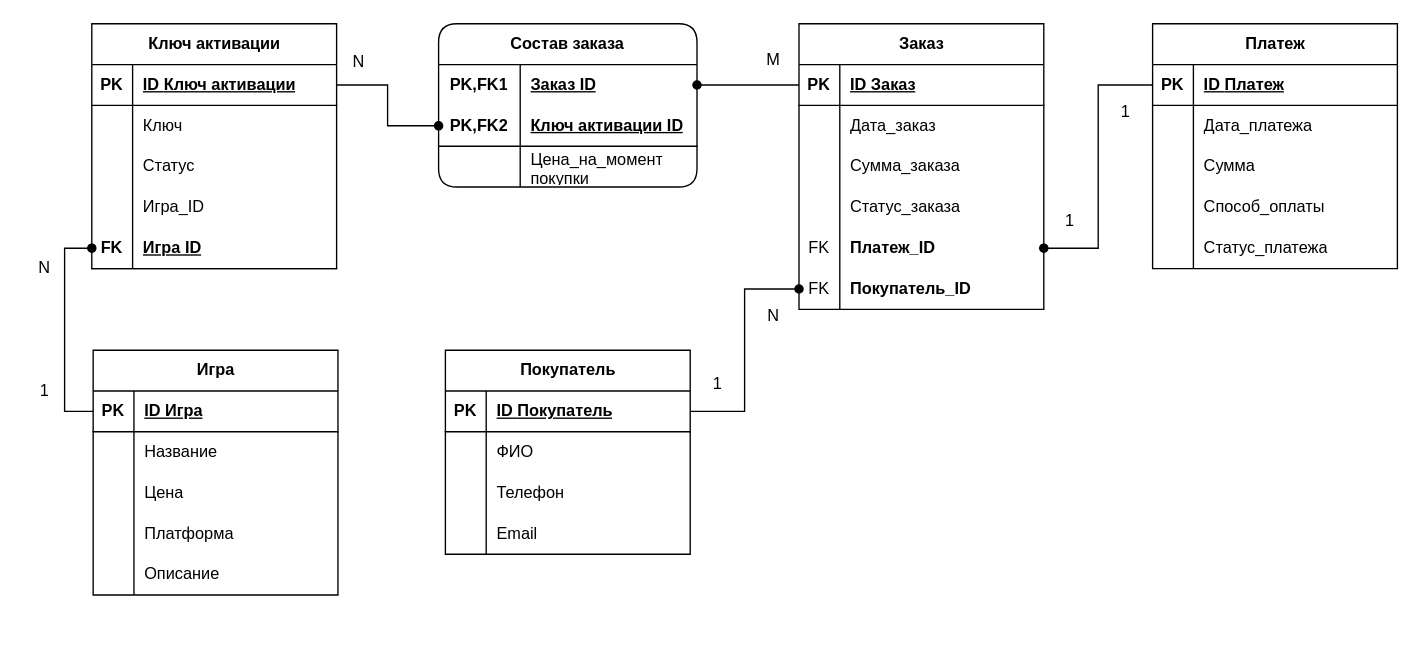
This is Диграммы/Логичксая модель (Готово).drawio from Demedra21/Project, a draw.io file, before an edit. Source tidied: cells renumbered, new cells numbered last; positions are measured from the earlier drawing's top-left corner, leaving out a move shared by most shapes. Both pictures are drawn from the tidied source at 136%, with x=0, y=0 at pixel (23, 23).
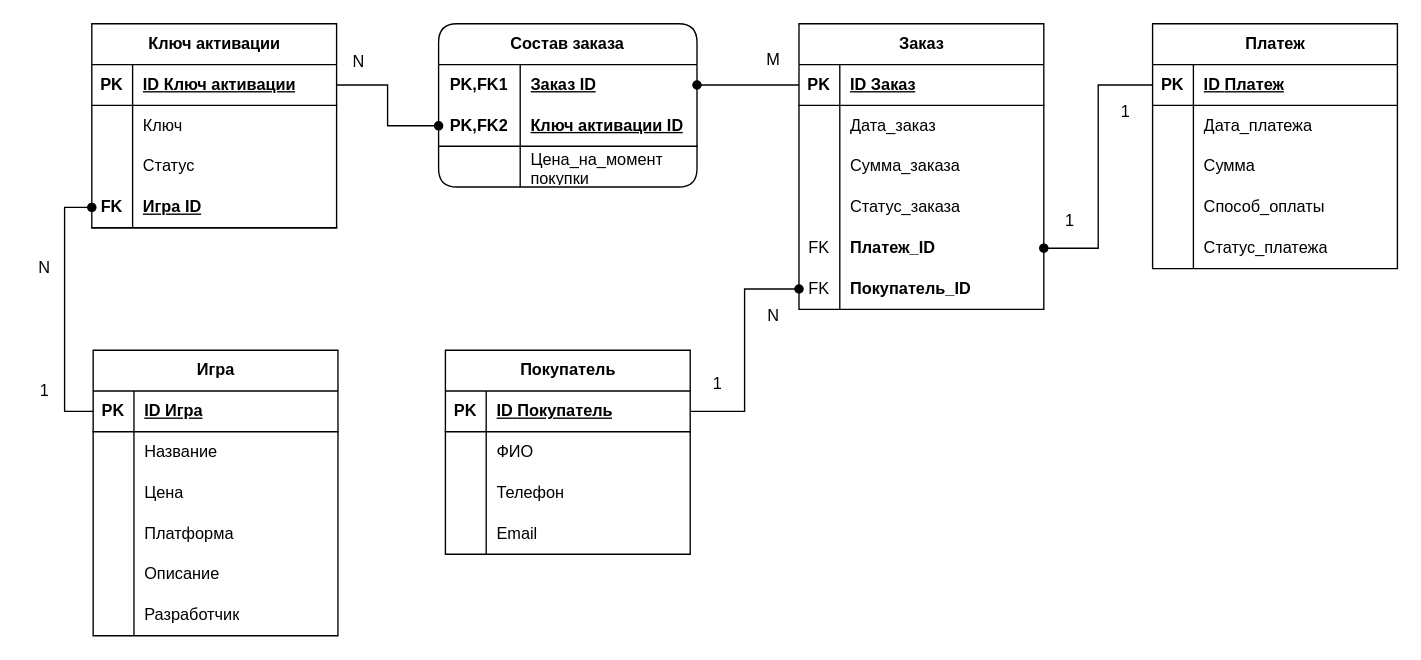
After the change.

What changed in the source:
```diff
@@
     <mxCell id="35" value="Игра" style="shape=table;startSize=30;childLayout=tableLayout;rowLines=0;fontStyle=1;align=center;html=1;" parent="1" vertex="1">
-      <mxGeometry x="51" y="240" width="180" height="180" as="geometry" />
+      <mxGeometry x="51" y="240" width="180" height="210" as="geometry" />
     </mxCell>
@@
+    <mxCell id="105" style="shape=tableRow;horizontal=0;startSize=0;swimlaneHead=0;swimlaneBody=0;fillColor=none;top=0;left=0;right=0;bottom=0;" parent="35" vertex="1">
+      <mxGeometry y="180" width="180" height="30" as="geometry" />
+    </mxCell>
+    <mxCell id="62" style="shape=partialRectangle;fillColor=none;top=0;left=0;bottom=0;right=0;overflow=hidden;whiteSpace=wrap;html=1;" parent="105" vertex="1">
+      <mxGeometry width="30" height="30" as="geometry" />
+    </mxCell>
+    <mxCell id="106" value="Разработчик" style="shape=partialRectangle;fillColor=none;top=0;left=0;bottom=0;right=0;align=left;spacingLeft=6;overflow=hidden;whiteSpace=wrap;html=1;" parent="105" vertex="1">
+      <mxGeometry x="30" width="150" height="30" as="geometry" />
+    </mxCell>
     <mxCell id="51" value="Ключ активации" style="shape=table;startSize=30;childLayout=tableLayout;rowLines=0;fontStyle=1;align=center;html=1;" parent="1" vertex="1">
-      <mxGeometry x="50" width="180" height="180" as="geometry" />
+      <mxGeometry x="50" width="180" height="150" as="geometry" />
     </mxCell>
@@
-    <mxCell id="61" style="shape=tableRow;horizontal=0;startSize=0;swimlaneHead=0;swimlaneBody=0;fillColor=none;top=0;left=0;right=0;bottom=0;" parent="51" vertex="1">
-      <mxGeometry y="120" width="180" height="30" as="geometry" />
-    </mxCell>
-    <mxCell id="62" style="shape=partialRectangle;fillColor=none;top=0;left=0;bottom=0;right=0;overflow=hidden;whiteSpace=wrap;html=1;" parent="61" vertex="1">
-      <mxGeometry width="30" height="30" as="geometry" />
-    </mxCell>
-    <mxCell id="63" value="Игра_ID" style="shape=partialRectangle;fillColor=none;top=0;left=0;bottom=0;right=0;align=left;spacingLeft=6;overflow=hidden;whiteSpace=wrap;html=1;" parent="61" vertex="1">
-      <mxGeometry x="30" width="150" height="30" as="geometry" />
-    </mxCell>
     <mxCell id="64" style="shape=tableRow;horizontal=0;startSize=0;swimlaneHead=0;swimlaneBody=0;fillColor=none;points=[[0,0.5],[1,0.5]];portConstraint=eastwest;top=0;left=0;right=0;bottom=1;" parent="51" vertex="1">
-      <mxGeometry y="150" width="180" height="30" as="geometry" />
+      <mxGeometry y="120" width="180" height="30" as="geometry" />
     </mxCell>
```
